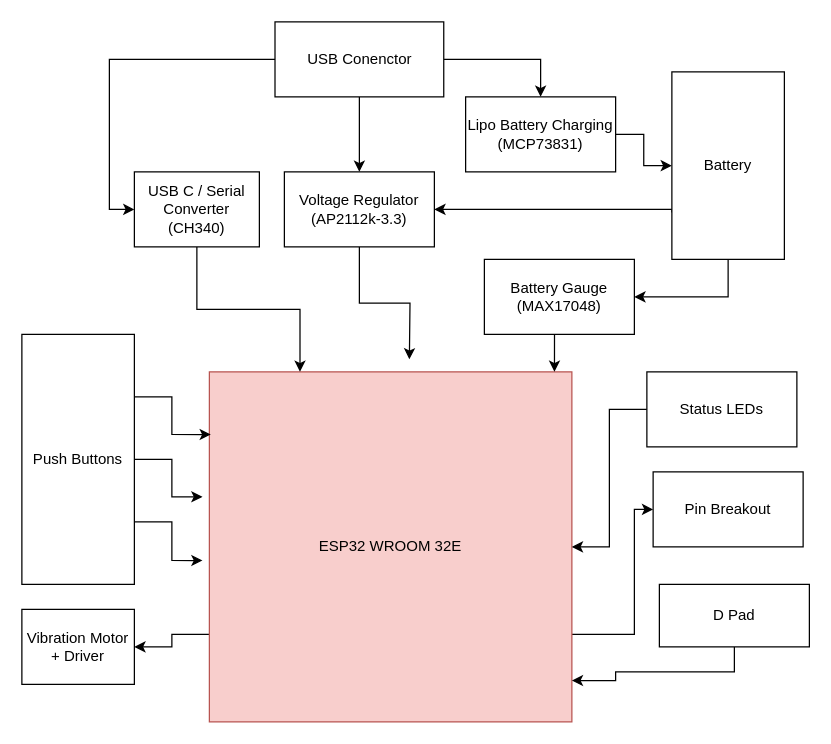
Earlier version of the draw.io diagram Reference/Tipo V2 Hardware Architeture.drawio (vjvarada/Tipo-Braille-Keyboard). Source tidied: cells renumbered, new cells numbered last; positions are measured from the earlier drawing's top-left corner, leaving out a move shared by most shapes. Both pictures are drawn from the tidied source at 125%, with x=0, y=0 at pixel (21, 21).
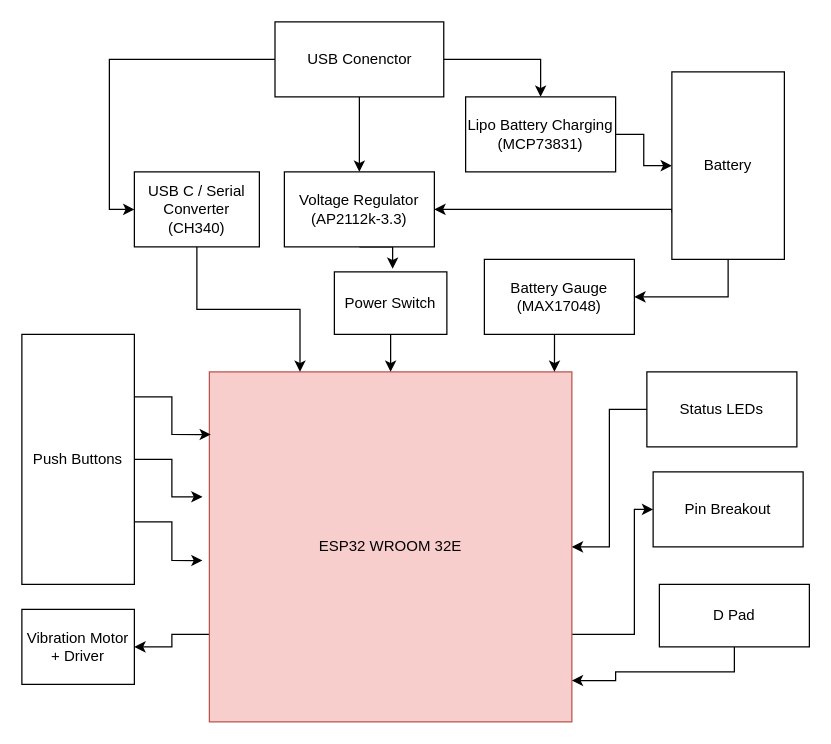
After the change.

Unchanged cells that the change refers to:
```xml
<mxCell id="4" value="ESP32 WROOM 32E" style="rounded=0;whiteSpace=wrap;html=1;fillColor=#f8cecc;strokeColor=#b85450;" parent="1" vertex="1">
  <mxGeometry x="150" y="280" width="290" height="280" as="geometry" />
</mxCell>
<mxCell id="27" value="Voltage Regulator (AP2112k-3.3)" style="rounded=0;whiteSpace=wrap;html=1;" parent="1" vertex="1">
  <mxGeometry x="210" y="120" width="120" height="60" as="geometry" />
</mxCell>
```

Diff of the diagram source:
```diff
@@
-    <mxCell id="26" style="edgeStyle=orthogonalEdgeStyle;rounded=0;jettySize=auto;html=1;exitX=0.5;exitY=1;exitDx=0;exitDy=0;" parent="1" edge="1" source="27">
-      <mxGeometry relative="1" as="geometry">
-        <mxPoint x="310" y="270" as="targetPoint" />
-      </mxGeometry>
-    </mxCell>
+    <mxCell id="30" style="edgeStyle=orthogonalEdgeStyle;rounded=0;jettySize=auto;html=1;exitX=0.5;exitY=1;exitDx=0;exitDy=0;entryX=0.518;entryY=-0.048;entryDx=0;entryDy=0;entryPerimeter=0;" parent="1" edge="1" source="27" target="32">
+      <mxGeometry relative="1" as="geometry" />
+    </mxCell>
@@
+    <mxCell id="31" style="edgeStyle=orthogonalEdgeStyle;rounded=0;jettySize=auto;html=1;exitX=0.5;exitY=1;exitDx=0;exitDy=0;entryX=0.5;entryY=0;entryDx=0;entryDy=0;" parent="1" edge="1" source="32" target="4">
+      <mxGeometry relative="1" as="geometry" />
+    </mxCell>
+    <mxCell id="32" value="Power Switch" style="rounded=0;whiteSpace=wrap;html=1;" parent="1" vertex="1">
+      <mxGeometry x="250" y="200" width="90" height="50" as="geometry" />
+    </mxCell>
```
